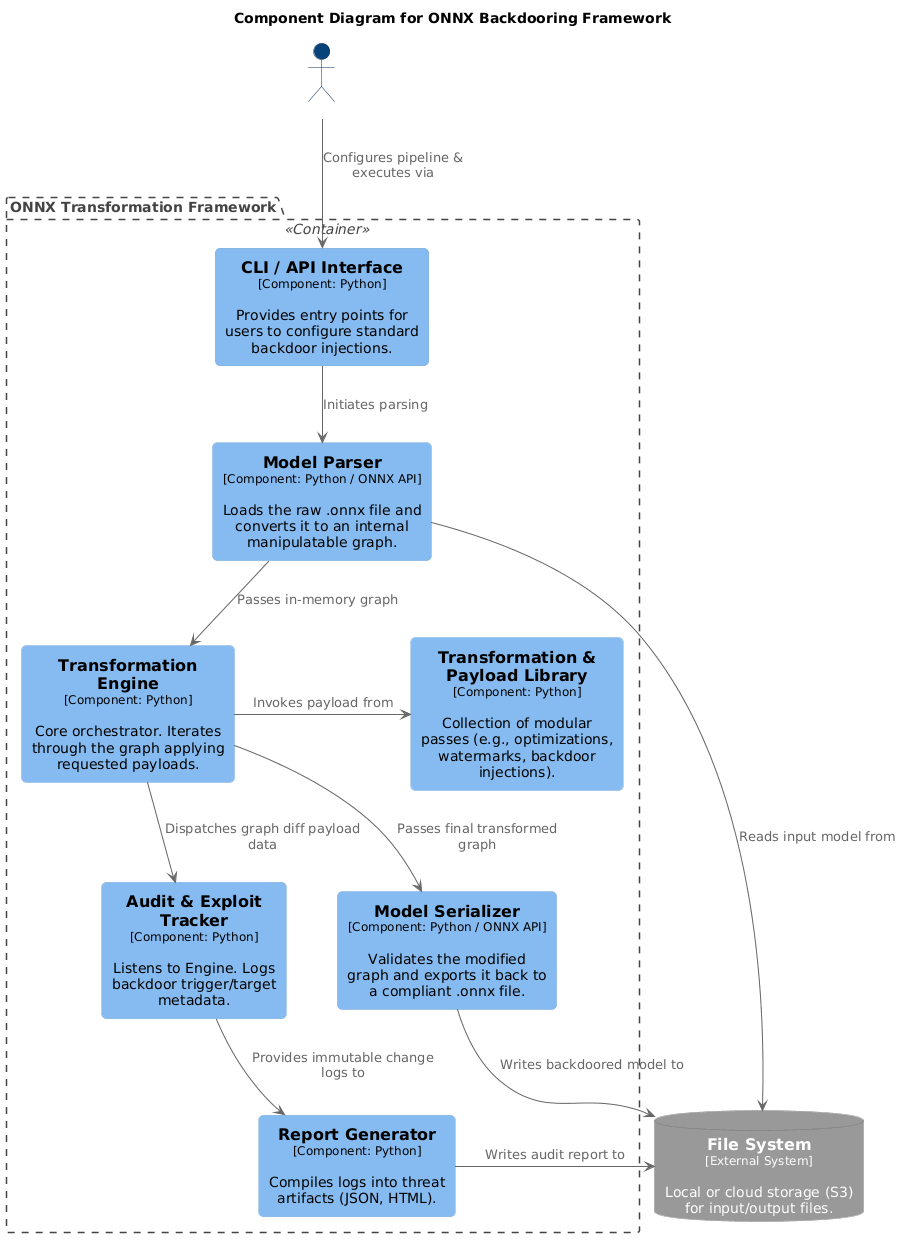
This is docs/architecture.png from LgndryPotato/final_thesis_tool, a PlantUML export, as it was before one commit. Source of this version:
```plantuml
@startuml
skinparam defaultTextAlignment center
skinparam wrapWidth 200
skinparam maxMessageSize 150

skinparam actor {
    BackgroundColor #08427B
    BorderColor #052E56
    FontColor white
}

skinparam rectangle {
    BackgroundColor #85BBF0
    BorderColor #78A8D8
    FontColor black
    RoundCorner 10
}

skinparam database {
    BackgroundColor #999999
    BorderColor #777777
    FontColor white
}

skinparam package {
    BackgroundColor white
    BorderColor #444444
    FontColor #444444
    BorderStyle dashed
}

skinparam arrow {
    Color #666666
    FontColor #666666
}

title Component Diagram for ONNX Backdooring Framework

actor "ML Engineer [Person]" as user

package "ONNX Transformation Framework" <<Container>> {
    rectangle "==CLI / API Interface\n<size:12>[Component: Python]</size>\n\nProvides entry points for users to configure standard backdoor injections." as cli

    rectangle "==Model Parser\n<size:12>[Component: Python / ONNX API]</size>\n\nLoads the raw .onnx file and converts it to an internal manipulatable graph." as parser

    rectangle "==Transformation Engine\n<size:12>[Component: Python]</size>\n\nCore orchestrator. Iterates through the graph applying requested payloads." as engine

    rectangle "==Transformation & Payload Library\n<size:12>[Component: Python]</size>\n\nCollection of modular passes (e.g., optimizations, watermarks, backdoor injections)." as passes

    rectangle "==Audit & Exploit Tracker\n<size:12>[Component: Python]</size>\n\nListens to Engine. Logs backdoor trigger/target metadata." as auditor

    rectangle "==Model Serializer\n<size:12>[Component: Python / ONNX API]</size>\n\nValidates the modified graph and exports it back to a compliant .onnx file." as serializer

    rectangle "==Report Generator\n<size:12>[Component: Python]</size>\n\nCompiles logs into threat artifacts (JSON, HTML)." as reporter
}

database "==File System\n<size:12>[External System]</size>\n\nLocal or cloud storage (S3) for input/output files." as file_system

user -down-> cli : Configures pipeline & executes via
cli -down-> parser : Initiates parsing
parser -left-> file_system : Reads input model from
parser -down-> engine : Passes in-memory graph
engine -right-> passes : Invokes payload from
engine -down-> auditor : Dispatches graph diff payload data
engine -down-> serializer : Passes final transformed graph
auditor -down-> reporter : Provides immutable change logs to
serializer -down-> file_system : Writes backdoored model to
reporter -down-> file_system : Writes audit report to
@enduml
```
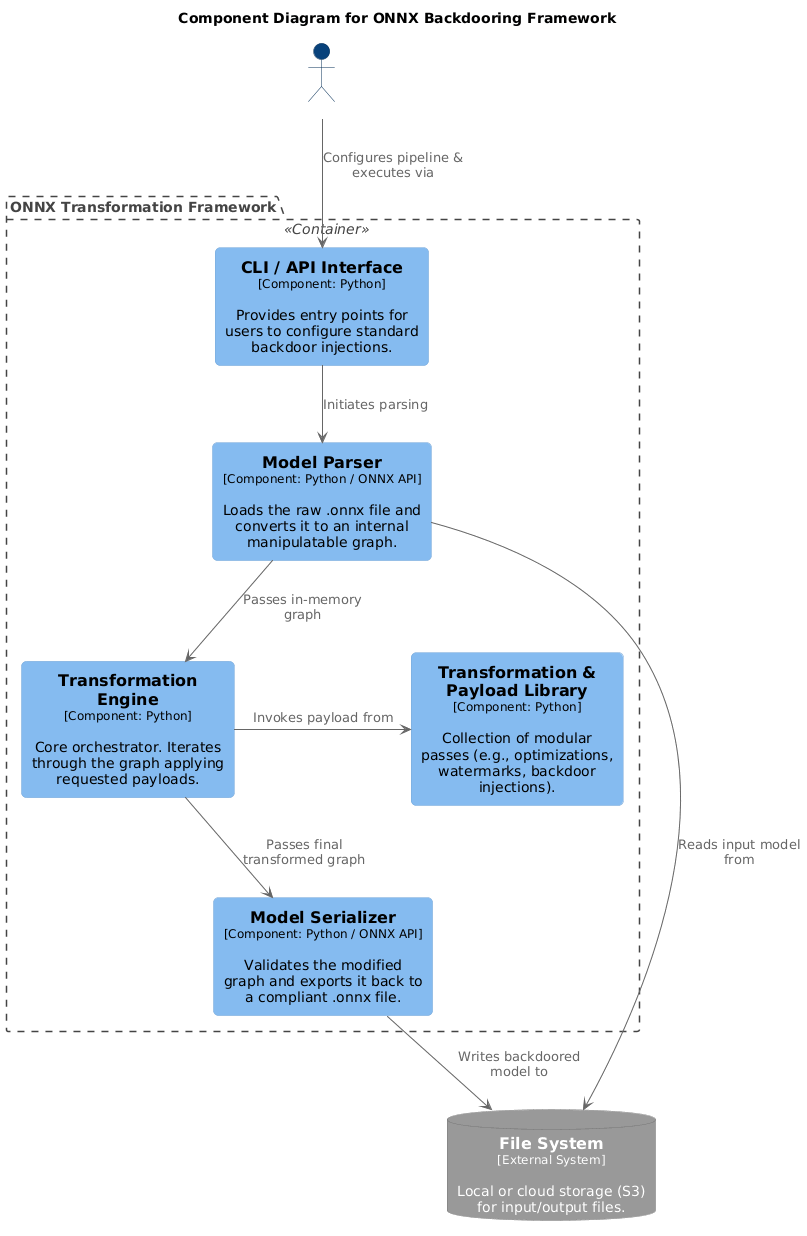
After the commit.

What changed in the source:
```diff
@@ -47,11 +47,7 @@
 
     rectangle "==Transformation & Payload Library\n<size:12>[Component: Python]</size>\n\nCollection of modular passes (e.g., optimizations, watermarks, backdoor injections)." as passes
 
-    rectangle "==Audit & Exploit Tracker\n<size:12>[Component: Python]</size>\n\nListens to Engine. Logs backdoor trigger/target metadata." as auditor
-
     rectangle "==Model Serializer\n<size:12>[Component: Python / ONNX API]</size>\n\nValidates the modified graph and exports it back to a compliant .onnx file." as serializer
-
-    rectangle "==Report Generator\n<size:12>[Component: Python]</size>\n\nCompiles logs into threat artifacts (JSON, HTML)." as reporter
 }
 
 database "==File System\n<size:12>[External System]</size>\n\nLocal or cloud storage (S3) for input/output files." as file_system
@@ -61,9 +57,6 @@
 parser -left-> file_system : Reads input model from
 parser -down-> engine : Passes in-memory graph
 engine -right-> passes : Invokes payload from
-engine -down-> auditor : Dispatches graph diff payload data
 engine -down-> serializer : Passes final transformed graph
-auditor -down-> reporter : Provides immutable change logs to
 serializer -down-> file_system : Writes backdoored model to
-reporter -down-> file_system : Writes audit report to
 @enduml
```
